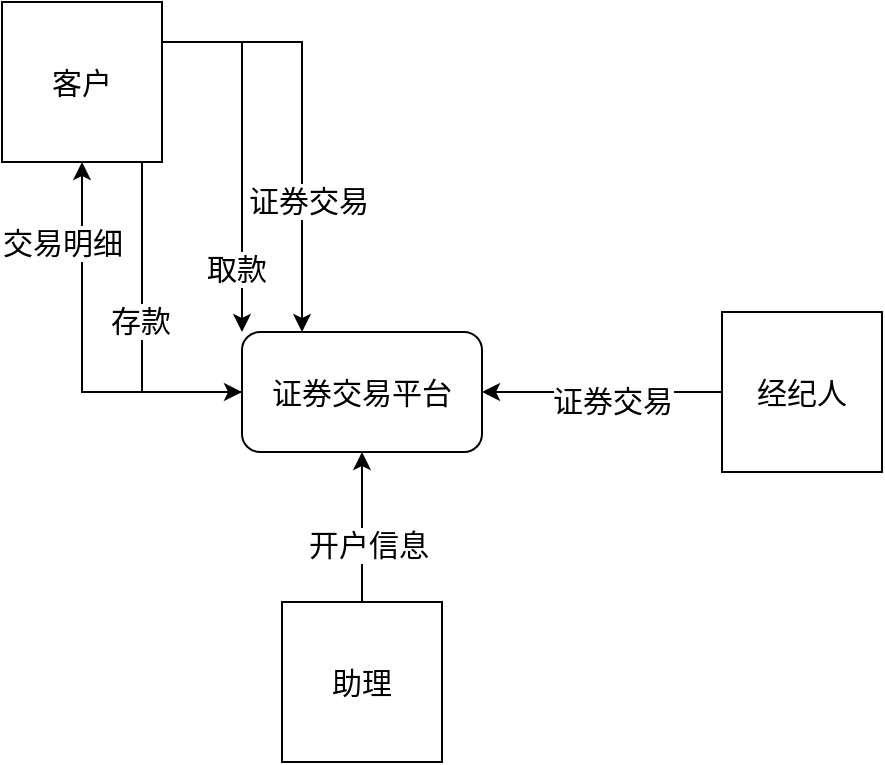
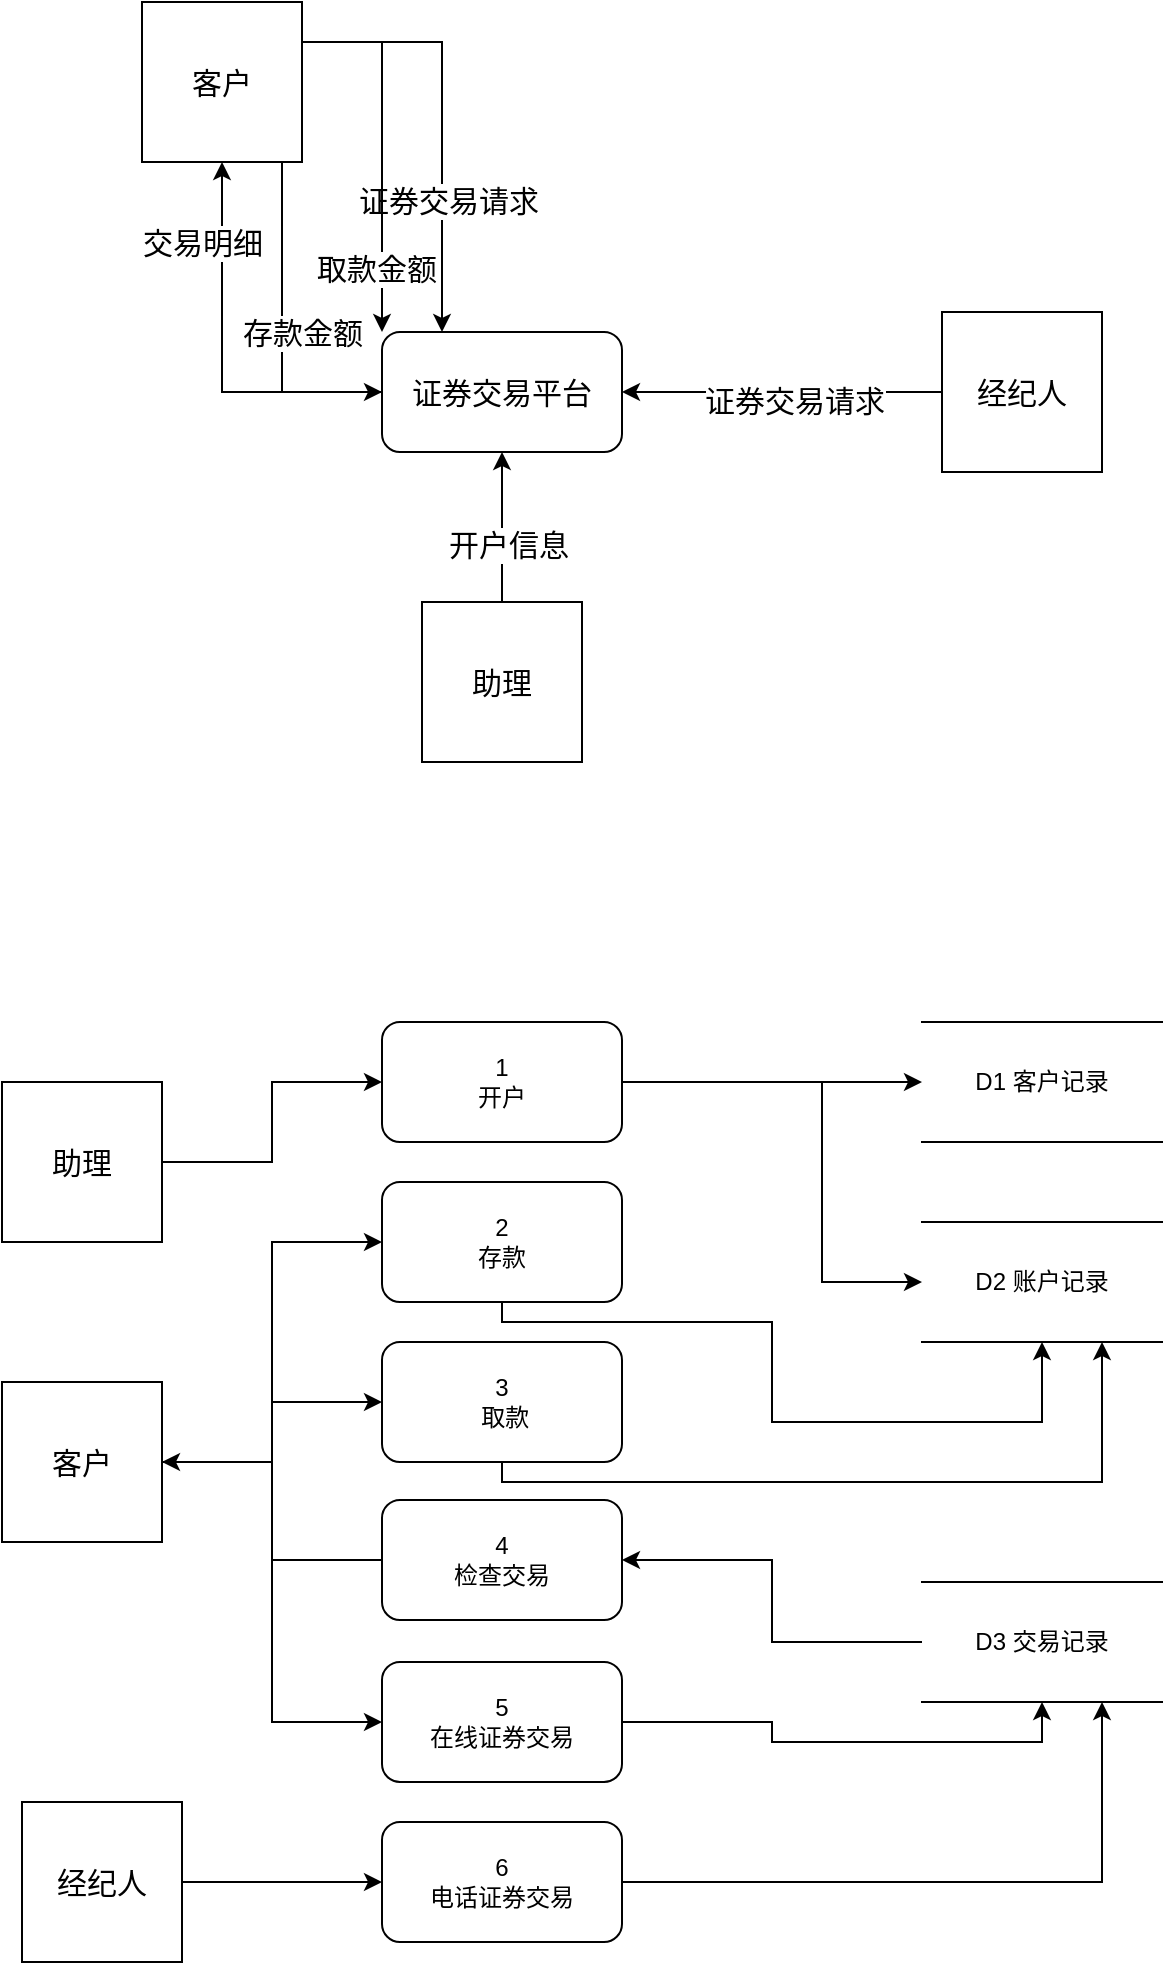
<mxfile host="app.diagrams.net">
  <diagram name="第 1 页" id="mqc7jyuByEFW0Qr5Oxvs">
-     <mxGraphModel dx="772" dy="1102" grid="1" gridSize="10" guides="1" tooltips="1" connect="1" arrows="1" fold="1" page="1" pageScale="1" pageWidth="827" pageHeight="1169" math="0" shadow="0">
+     <mxGraphModel dx="1103" dy="1574" grid="1" gridSize="10" guides="1" tooltips="1" connect="1" arrows="1" fold="1" page="1" pageScale="1" pageWidth="827" pageHeight="1169" math="0" shadow="0">
      <root>
        <mxCell id="0" />
        <mxCell id="1" parent="0" />
        <mxCell id="gkLn5menJFmKdH7silxh-28" edge="1" parent="1" source="gkLn5menJFmKdH7silxh-1" style="edgeStyle=orthogonalEdgeStyle;rounded=0;orthogonalLoop=1;jettySize=auto;html=1;entryX=0.5;entryY=1;entryDx=0;entryDy=0;fontSize=15;" target="gkLn5menJFmKdH7silxh-2">
          <mxGeometry relative="1" as="geometry" />
        </mxCell>
        <mxCell id="gkLn5menJFmKdH7silxh-29" connectable="0" parent="gkLn5menJFmKdH7silxh-28" style="edgeLabel;html=1;align=center;verticalAlign=middle;resizable=0;points=[];fontSize=15;" value="交易明细" vertex="1">
          <mxGeometry relative="1" x="0.0156" as="geometry">
            <mxPoint x="-10" y="-56" as="offset" />
          </mxGeometry>
        </mxCell>
        <mxCell id="gkLn5menJFmKdH7silxh-1" parent="1" style="rounded=1;whiteSpace=wrap;html=1;fontSize=15;" value="证券交易平台" vertex="1">
          <mxGeometry height="60" width="120" x="390" y="585" as="geometry" />
        </mxCell>
        <mxCell id="gkLn5menJFmKdH7silxh-20" edge="1" parent="1" source="gkLn5menJFmKdH7silxh-2" style="edgeStyle=orthogonalEdgeStyle;rounded=0;orthogonalLoop=1;jettySize=auto;html=1;entryX=0;entryY=0.5;entryDx=0;entryDy=0;fontSize=15;" target="gkLn5menJFmKdH7silxh-1">
          <mxGeometry relative="1" as="geometry">
            <Array as="points">
              <mxPoint x="340" y="470" />
              <mxPoint x="340" y="615" />
            </Array>
          </mxGeometry>
        </mxCell>
-         <mxCell id="gkLn5menJFmKdH7silxh-25" connectable="0" parent="gkLn5menJFmKdH7silxh-20" style="edgeLabel;html=1;align=center;verticalAlign=middle;resizable=0;points=[];fontSize=15;" value="存款" vertex="1">
+         <mxCell id="gkLn5menJFmKdH7silxh-25" connectable="0" parent="gkLn5menJFmKdH7silxh-20" style="edgeLabel;html=1;align=center;verticalAlign=middle;resizable=0;points=[];fontSize=15;" value="存款金额" vertex="1">
          <mxGeometry relative="1" x="-0.0815" y="-1" as="geometry">
-             <mxPoint y="3" as="offset" />
+             <mxPoint x="11" y="9" as="offset" />
          </mxGeometry>
        </mxCell>
        <mxCell id="gkLn5menJFmKdH7silxh-21" edge="1" parent="1" source="gkLn5menJFmKdH7silxh-2" style="edgeStyle=orthogonalEdgeStyle;rounded=0;orthogonalLoop=1;jettySize=auto;html=1;entryX=0.25;entryY=0;entryDx=0;entryDy=0;fontSize=15;" target="gkLn5menJFmKdH7silxh-1">
          <mxGeometry relative="1" as="geometry">
            <Array as="points">
              <mxPoint x="420" y="440" />
            </Array>
          </mxGeometry>
        </mxCell>
-         <mxCell id="gkLn5menJFmKdH7silxh-27" connectable="0" parent="gkLn5menJFmKdH7silxh-21" style="edgeLabel;html=1;align=center;verticalAlign=middle;resizable=0;points=[];fontSize=15;" value="证券交易" vertex="1">
+         <mxCell id="gkLn5menJFmKdH7silxh-27" connectable="0" parent="gkLn5menJFmKdH7silxh-21" style="edgeLabel;html=1;align=center;verticalAlign=middle;resizable=0;points=[];fontSize=15;" value="证券交易请求" vertex="1">
          <mxGeometry relative="1" x="0.6938" y="3" as="geometry">
            <mxPoint y="-33" as="offset" />
          </mxGeometry>
        </mxCell>
        <mxCell id="gkLn5menJFmKdH7silxh-22" edge="1" parent="1" source="gkLn5menJFmKdH7silxh-2" style="edgeStyle=orthogonalEdgeStyle;rounded=0;orthogonalLoop=1;jettySize=auto;html=1;entryX=0;entryY=0;entryDx=0;entryDy=0;fontSize=15;" target="gkLn5menJFmKdH7silxh-1">
          <mxGeometry relative="1" as="geometry">
            <Array as="points">
              <mxPoint x="390" y="440" />
            </Array>
          </mxGeometry>
        </mxCell>
-         <mxCell id="gkLn5menJFmKdH7silxh-26" connectable="0" parent="gkLn5menJFmKdH7silxh-22" style="edgeLabel;html=1;align=center;verticalAlign=middle;resizable=0;points=[];fontSize=15;" value="取款" vertex="1">
+         <mxCell id="gkLn5menJFmKdH7silxh-26" connectable="0" parent="gkLn5menJFmKdH7silxh-22" style="edgeLabel;html=1;align=center;verticalAlign=middle;resizable=0;points=[];fontSize=15;" value="取款金额" vertex="1">
          <mxGeometry relative="1" x="0.6587" y="1" as="geometry">
            <mxPoint x="-4" y="-1" as="offset" />
          </mxGeometry>
        </mxCell>
        <mxCell id="gkLn5menJFmKdH7silxh-2" parent="1" style="whiteSpace=wrap;html=1;aspect=fixed;fontSize=15;" value="客户" vertex="1">
          <mxGeometry height="80" width="80" x="270" y="420" as="geometry" />
        </mxCell>
        <mxCell id="gkLn5menJFmKdH7silxh-24" edge="1" parent="1" source="gkLn5menJFmKdH7silxh-3" style="edgeStyle=orthogonalEdgeStyle;rounded=0;orthogonalLoop=1;jettySize=auto;html=1;entryX=1;entryY=0.5;entryDx=0;entryDy=0;fontSize=15;" target="gkLn5menJFmKdH7silxh-1">
          <mxGeometry relative="1" as="geometry" />
        </mxCell>
-         <mxCell id="gkLn5menJFmKdH7silxh-31" connectable="0" parent="gkLn5menJFmKdH7silxh-24" style="edgeLabel;html=1;align=center;verticalAlign=middle;resizable=0;points=[];fontSize=15;" value="证券交易" vertex="1">
+         <mxCell id="gkLn5menJFmKdH7silxh-31" connectable="0" parent="gkLn5menJFmKdH7silxh-24" style="edgeLabel;html=1;align=center;verticalAlign=middle;resizable=0;points=[];fontSize=15;" value="证券交易请求" vertex="1">
          <mxGeometry relative="1" x="-0.0762" y="4" as="geometry">
            <mxPoint as="offset" />
          </mxGeometry>
        </mxCell>
        <mxCell id="gkLn5menJFmKdH7silxh-3" parent="1" style="whiteSpace=wrap;html=1;aspect=fixed;fontSize=15;" value="经纪人" vertex="1">
-           <mxGeometry height="80" width="80" x="630" y="575" as="geometry" />
+           <mxGeometry height="80" width="80" x="670" y="575" as="geometry" />
        </mxCell>
        <mxCell id="gkLn5menJFmKdH7silxh-23" edge="1" parent="1" source="gkLn5menJFmKdH7silxh-4" style="edgeStyle=orthogonalEdgeStyle;rounded=0;orthogonalLoop=1;jettySize=auto;html=1;entryX=0.5;entryY=1;entryDx=0;entryDy=0;fontSize=15;" target="gkLn5menJFmKdH7silxh-1">
          <mxGeometry relative="1" as="geometry" />
        </mxCell>
        <mxCell id="gkLn5menJFmKdH7silxh-30" connectable="0" parent="gkLn5menJFmKdH7silxh-23" style="edgeLabel;html=1;align=center;verticalAlign=middle;resizable=0;points=[];fontSize=15;" value="开户信息" vertex="1">
          <mxGeometry relative="1" x="-0.2146" y="-3" as="geometry">
            <mxPoint as="offset" />
          </mxGeometry>
        </mxCell>
        <mxCell id="gkLn5menJFmKdH7silxh-4" parent="1" style="whiteSpace=wrap;html=1;aspect=fixed;fontSize=15;" value="助理" vertex="1">
          <mxGeometry height="80" width="80" x="410" y="720" as="geometry" />
        </mxCell>
+         <mxCell id="gkLn5menJFmKdH7silxh-45" edge="1" parent="1" source="gkLn5menJFmKdH7silxh-32" style="edgeStyle=orthogonalEdgeStyle;rounded=0;orthogonalLoop=1;jettySize=auto;html=1;entryX=0;entryY=0.5;entryDx=0;entryDy=0;" target="gkLn5menJFmKdH7silxh-41">
+           <mxGeometry relative="1" as="geometry" />
+         </mxCell>
+         <mxCell id="gkLn5menJFmKdH7silxh-46" edge="1" parent="1" source="gkLn5menJFmKdH7silxh-32" style="edgeStyle=orthogonalEdgeStyle;rounded=0;orthogonalLoop=1;jettySize=auto;html=1;entryX=0;entryY=0.5;entryDx=0;entryDy=0;" target="gkLn5menJFmKdH7silxh-42">
+           <mxGeometry relative="1" as="geometry">
+             <Array as="points">
+               <mxPoint x="610" y="960" />
+               <mxPoint x="610" y="1060" />
+             </Array>
+           </mxGeometry>
+         </mxCell>
+         <mxCell id="gkLn5menJFmKdH7silxh-32" parent="1" style="rounded=1;whiteSpace=wrap;html=1;" value="1&lt;div&gt;开户&lt;/div&gt;" vertex="1">
+           <mxGeometry height="60" width="120" x="390" y="930" as="geometry" />
+         </mxCell>
+         <mxCell id="gkLn5menJFmKdH7silxh-56" edge="1" parent="1" source="gkLn5menJFmKdH7silxh-33" style="edgeStyle=orthogonalEdgeStyle;rounded=0;orthogonalLoop=1;jettySize=auto;html=1;entryX=0.5;entryY=1;entryDx=0;entryDy=0;" target="gkLn5menJFmKdH7silxh-42">
+           <mxGeometry relative="1" as="geometry">
+             <Array as="points">
+               <mxPoint x="450" y="1080" />
+               <mxPoint x="585" y="1080" />
+               <mxPoint x="585" y="1130" />
+               <mxPoint x="720" y="1130" />
+             </Array>
+           </mxGeometry>
+         </mxCell>
+         <mxCell id="gkLn5menJFmKdH7silxh-33" parent="1" style="rounded=1;whiteSpace=wrap;html=1;" value="2&lt;div&gt;存款&lt;/div&gt;" vertex="1">
+           <mxGeometry height="60" width="120" x="390" y="1010" as="geometry" />
+         </mxCell>
+         <mxCell id="gkLn5menJFmKdH7silxh-55" edge="1" parent="1" source="gkLn5menJFmKdH7silxh-34" style="edgeStyle=orthogonalEdgeStyle;rounded=0;orthogonalLoop=1;jettySize=auto;html=1;entryX=0.75;entryY=1;entryDx=0;entryDy=0;" target="gkLn5menJFmKdH7silxh-42">
+           <mxGeometry relative="1" as="geometry">
+             <Array as="points">
+               <mxPoint x="450" y="1160" />
+               <mxPoint x="750" y="1160" />
+             </Array>
+           </mxGeometry>
+         </mxCell>
+         <mxCell id="gkLn5menJFmKdH7silxh-34" parent="1" style="rounded=1;whiteSpace=wrap;html=1;" value="3&lt;div&gt;&amp;nbsp;取款&lt;/div&gt;" vertex="1">
+           <mxGeometry height="60" width="120" x="390" y="1090" as="geometry" />
+         </mxCell>
+         <mxCell id="gkLn5menJFmKdH7silxh-50" edge="1" parent="1" source="gkLn5menJFmKdH7silxh-35" style="edgeStyle=orthogonalEdgeStyle;rounded=0;orthogonalLoop=1;jettySize=auto;html=1;entryX=1;entryY=0.5;entryDx=0;entryDy=0;" target="gkLn5menJFmKdH7silxh-39">
+           <mxGeometry relative="1" as="geometry" />
+         </mxCell>
+         <mxCell id="gkLn5menJFmKdH7silxh-35" parent="1" style="rounded=1;whiteSpace=wrap;html=1;" value="4&lt;div&gt;检查交易&lt;/div&gt;" vertex="1">
+           <mxGeometry height="60" width="120" x="390" y="1169" as="geometry" />
+         </mxCell>
+         <mxCell id="gkLn5menJFmKdH7silxh-53" edge="1" parent="1" source="gkLn5menJFmKdH7silxh-36" style="edgeStyle=orthogonalEdgeStyle;rounded=0;orthogonalLoop=1;jettySize=auto;html=1;entryX=0.5;entryY=1;entryDx=0;entryDy=0;" target="gkLn5menJFmKdH7silxh-43">
+           <mxGeometry relative="1" as="geometry" />
+         </mxCell>
+         <mxCell id="gkLn5menJFmKdH7silxh-36" parent="1" style="rounded=1;whiteSpace=wrap;html=1;" value="5&lt;div&gt;在线证券交易&lt;/div&gt;" vertex="1">
+           <mxGeometry height="60" width="120" x="390" y="1250" as="geometry" />
+         </mxCell>
+         <mxCell id="gkLn5menJFmKdH7silxh-52" edge="1" parent="1" source="gkLn5menJFmKdH7silxh-37" style="edgeStyle=orthogonalEdgeStyle;rounded=0;orthogonalLoop=1;jettySize=auto;html=1;entryX=0.75;entryY=1;entryDx=0;entryDy=0;" target="gkLn5menJFmKdH7silxh-43">
+           <mxGeometry relative="1" as="geometry" />
+         </mxCell>
+         <mxCell id="gkLn5menJFmKdH7silxh-37" parent="1" style="rounded=1;whiteSpace=wrap;html=1;" value="6&lt;br&gt;&lt;div&gt;电话证券交易&lt;/div&gt;" vertex="1">
+           <mxGeometry height="60" width="120" x="390" y="1330" as="geometry" />
+         </mxCell>
+         <mxCell id="gkLn5menJFmKdH7silxh-44" edge="1" parent="1" source="gkLn5menJFmKdH7silxh-38" style="edgeStyle=orthogonalEdgeStyle;rounded=0;orthogonalLoop=1;jettySize=auto;html=1;entryX=0;entryY=0.5;entryDx=0;entryDy=0;" target="gkLn5menJFmKdH7silxh-32">
+           <mxGeometry relative="1" as="geometry" />
+         </mxCell>
+         <mxCell id="gkLn5menJFmKdH7silxh-38" parent="1" style="whiteSpace=wrap;html=1;aspect=fixed;fontSize=15;" value="助理" vertex="1">
+           <mxGeometry height="80" width="80" x="200" y="960" as="geometry" />
+         </mxCell>
+         <mxCell id="gkLn5menJFmKdH7silxh-47" edge="1" parent="1" source="gkLn5menJFmKdH7silxh-39" style="edgeStyle=orthogonalEdgeStyle;rounded=0;orthogonalLoop=1;jettySize=auto;html=1;entryX=0;entryY=0.5;entryDx=0;entryDy=0;" target="gkLn5menJFmKdH7silxh-33">
+           <mxGeometry relative="1" as="geometry" />
+         </mxCell>
+         <mxCell id="gkLn5menJFmKdH7silxh-48" edge="1" parent="1" source="gkLn5menJFmKdH7silxh-39" style="edgeStyle=orthogonalEdgeStyle;rounded=0;orthogonalLoop=1;jettySize=auto;html=1;" target="gkLn5menJFmKdH7silxh-34">
+           <mxGeometry relative="1" as="geometry" />
+         </mxCell>
+         <mxCell id="gkLn5menJFmKdH7silxh-49" edge="1" parent="1" source="gkLn5menJFmKdH7silxh-39" style="edgeStyle=orthogonalEdgeStyle;rounded=0;orthogonalLoop=1;jettySize=auto;html=1;entryX=0;entryY=0.5;entryDx=0;entryDy=0;" target="gkLn5menJFmKdH7silxh-36">
+           <mxGeometry relative="1" as="geometry" />
+         </mxCell>
+         <mxCell id="gkLn5menJFmKdH7silxh-39" parent="1" style="whiteSpace=wrap;html=1;aspect=fixed;fontSize=15;" value="客户" vertex="1">
+           <mxGeometry height="80" width="80" x="200" y="1110" as="geometry" />
+         </mxCell>
+         <mxCell id="gkLn5menJFmKdH7silxh-51" edge="1" parent="1" source="gkLn5menJFmKdH7silxh-40" style="edgeStyle=orthogonalEdgeStyle;rounded=0;orthogonalLoop=1;jettySize=auto;html=1;entryX=0;entryY=0.5;entryDx=0;entryDy=0;" target="gkLn5menJFmKdH7silxh-37">
+           <mxGeometry relative="1" as="geometry" />
+         </mxCell>
+         <mxCell id="gkLn5menJFmKdH7silxh-40" parent="1" style="whiteSpace=wrap;html=1;aspect=fixed;fontSize=15;" value="经纪人" vertex="1">
+           <mxGeometry height="80" width="80" x="210" y="1320" as="geometry" />
+         </mxCell>
+         <mxCell id="gkLn5menJFmKdH7silxh-41" parent="1" style="shape=partialRectangle;whiteSpace=wrap;html=1;left=0;right=0;fillColor=none;" value="D1 客户记录" vertex="1">
+           <mxGeometry height="60" width="120" x="660" y="930" as="geometry" />
+         </mxCell>
+         <mxCell id="gkLn5menJFmKdH7silxh-42" parent="1" style="shape=partialRectangle;whiteSpace=wrap;html=1;left=0;right=0;fillColor=none;" value="D2 账户记录" vertex="1">
+           <mxGeometry height="60" width="120" x="660" y="1030" as="geometry" />
+         </mxCell>
+         <mxCell id="gkLn5menJFmKdH7silxh-54" edge="1" parent="1" source="gkLn5menJFmKdH7silxh-43" style="edgeStyle=orthogonalEdgeStyle;rounded=0;orthogonalLoop=1;jettySize=auto;html=1;entryX=1;entryY=0.5;entryDx=0;entryDy=0;" target="gkLn5menJFmKdH7silxh-35">
+           <mxGeometry relative="1" as="geometry" />
+         </mxCell>
+         <mxCell id="gkLn5menJFmKdH7silxh-43" parent="1" style="shape=partialRectangle;whiteSpace=wrap;html=1;left=0;right=0;fillColor=none;" value="D3 交易记录" vertex="1">
+           <mxGeometry height="60" width="120" x="660" y="1210" as="geometry" />
+         </mxCell>
      </root>
    </mxGraphModel>
  </diagram>
</mxfile>
